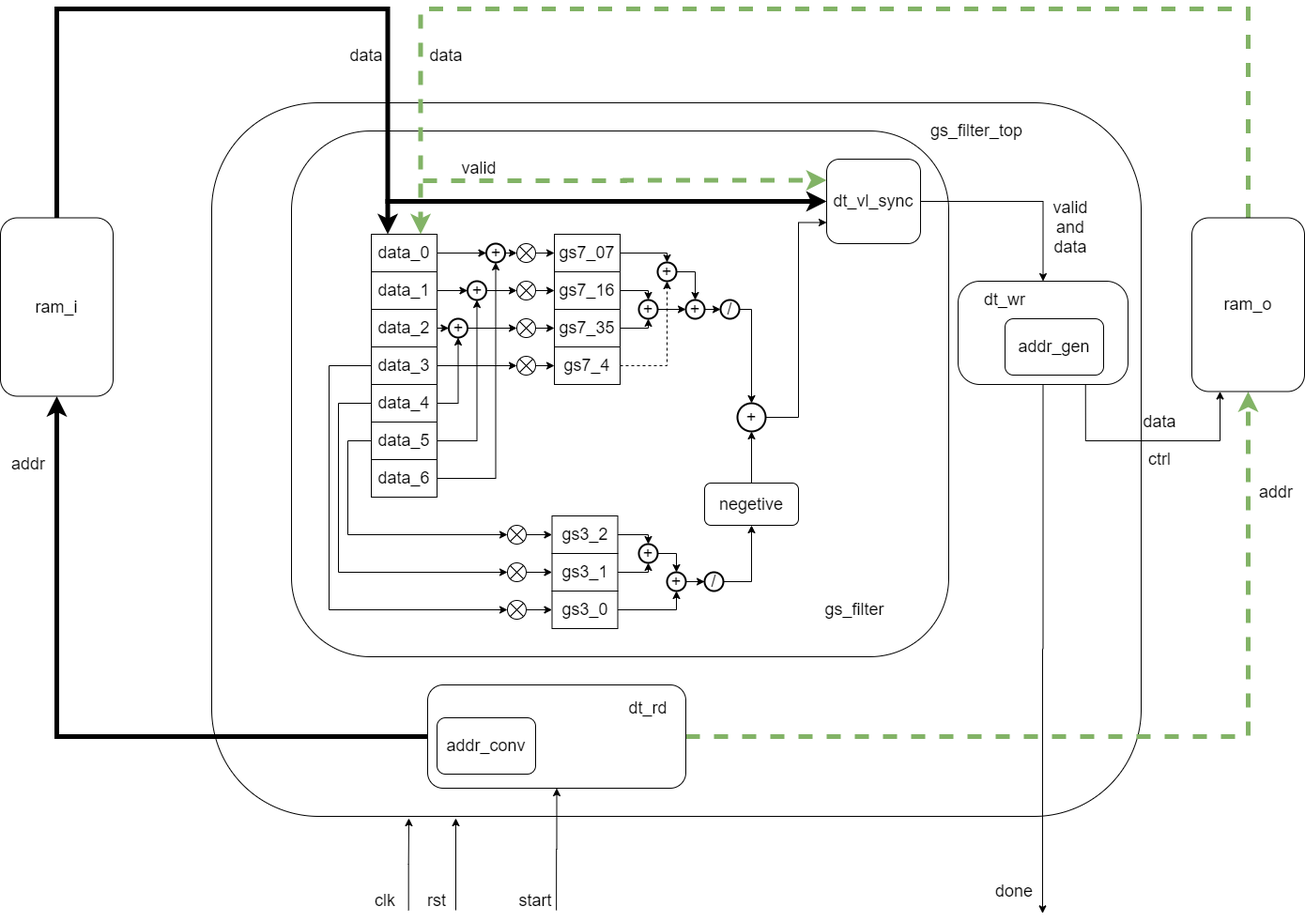
Above: daily/inbed_design/dog/docs/arch/结构图.png in hust-gaoyujing/routine (draw.io), before the change. Source tidied: cells renumbered, new cells last; positions are measured from the earlier drawing's top-left corner, leaving out a move shared by most shapes.
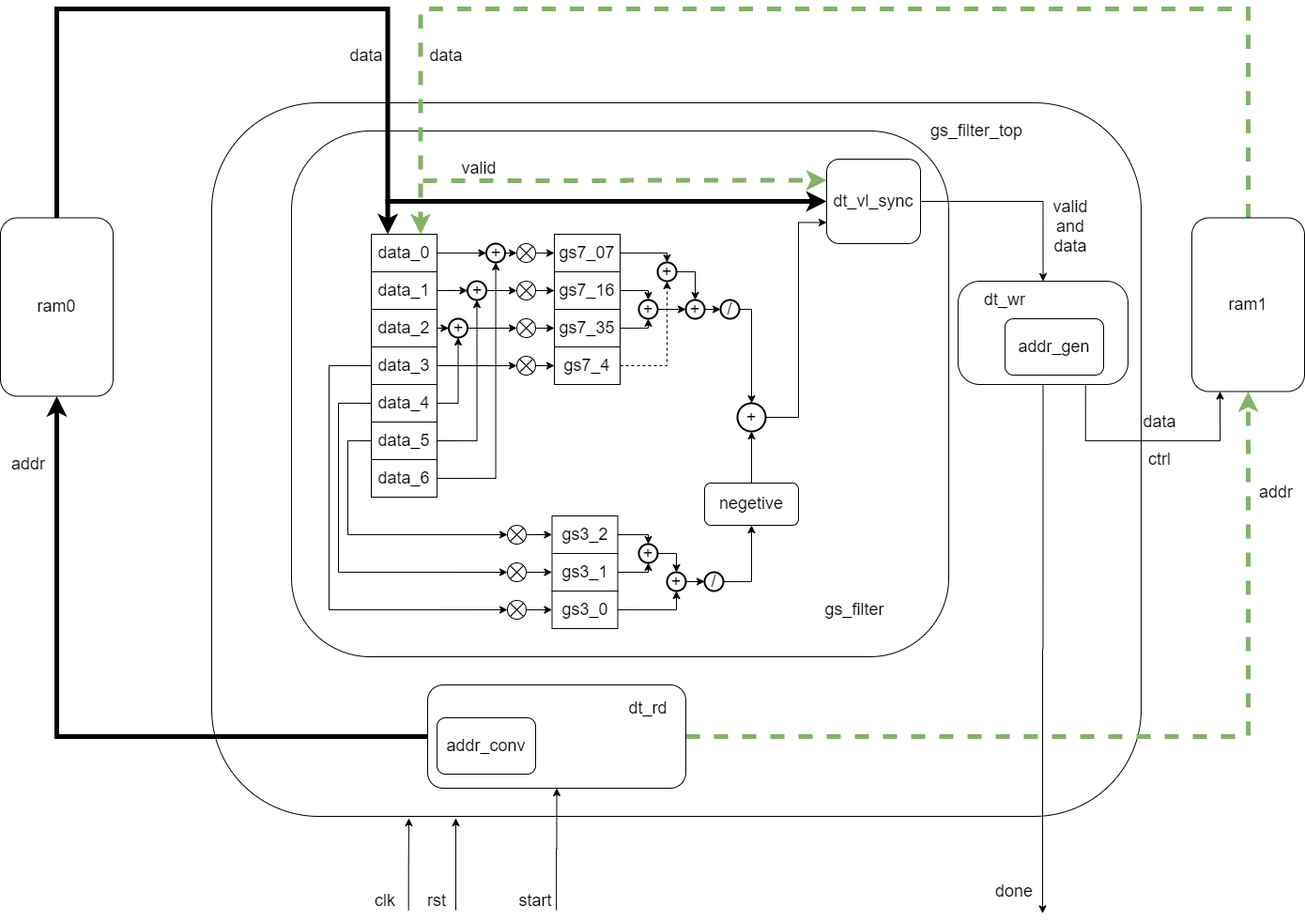
After the commit.

Diff of the diagram source:
```diff
@@ -101,7 +101,7 @@
     <mxCell id="25" value="data_2" style="rounded=0;whiteSpace=wrap;html=1;fontSize=18;" parent="1" vertex="1">
       <mxGeometry x="395" y="320" width="70" height="40" as="geometry" />
     </mxCell>
-    <mxCell id="26" value="ram_i" style="rounded=1;whiteSpace=wrap;html=1;fontSize=18;" parent="1" vertex="1">
+    <mxCell id="26" value="ram0" style="rounded=1;whiteSpace=wrap;html=1;fontSize=18;" parent="1" vertex="1">
       <mxGeometry y="222.5" width="120" height="190" as="geometry" />
     </mxCell>
     <mxCell id="27" value="dt_rd" style="text;html=1;strokeColor=none;fillColor=none;align=center;verticalAlign=middle;whiteSpace=wrap;rounded=0;fontSize=18;" parent="1" vertex="1">
@@ -121,7 +121,7 @@
         </Array>
       </mxGeometry>
     </mxCell>
-    <mxCell id="31" value="ram_o" style="rounded=1;whiteSpace=wrap;html=1;fontSize=18;" parent="1" vertex="1">
+    <mxCell id="31" value="ram1" style="rounded=1;whiteSpace=wrap;html=1;fontSize=18;" parent="1" vertex="1">
       <mxGeometry x="1269" y="222.5" width="120" height="185" as="geometry" />
     </mxCell>
     <mxCell id="32" style="edgeStyle=orthogonalEdgeStyle;rounded=0;jettySize=auto;html=1;exitX=0.5;exitY=1;exitDx=0;exitDy=0;" parent="1" edge="1" source="34">
```
